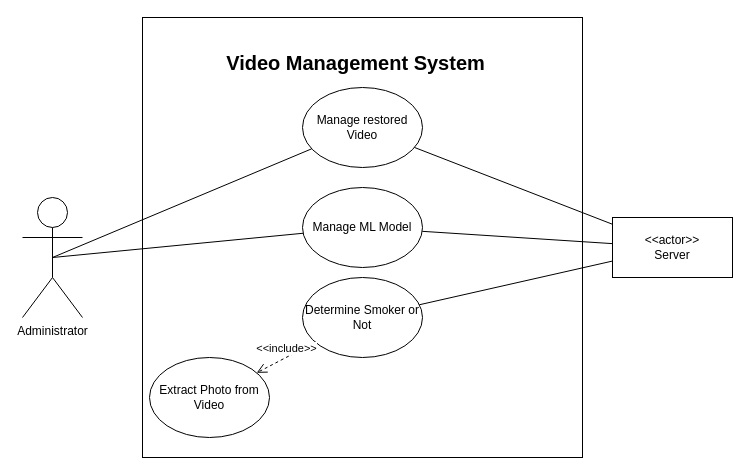
Above: UseCase1.drawio in sogongteam14/doc (draw.io), before the change. Source tidied: cells renumbered, new cells numbered last; positions are measured from the earlier drawing's top-left corner, leaving out a move shared by most shapes. Both pictures are drawn from the tidied source at 100%, with x=0, y=0 at pixel (22, 17).
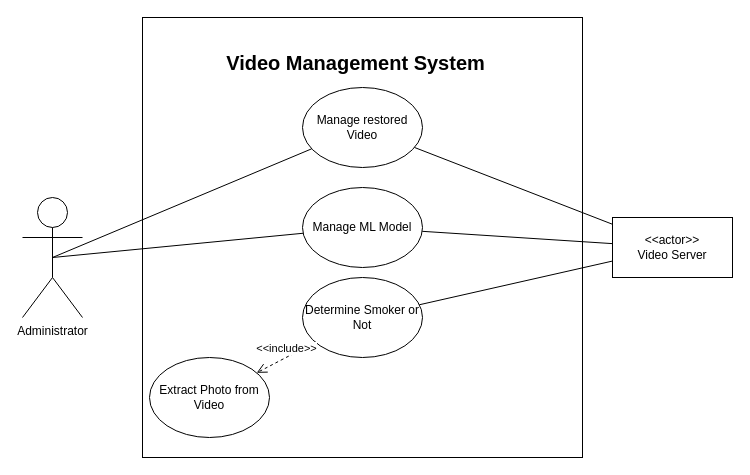
The same diagram, later.

Change to the diagram source:
```diff
@@
 <mxGraphModel>
   <root>
     <mxCell id="0" />
     <mxCell id="1" parent="0" />
     <mxCell id="2" style="rounded=0;whiteSpace=wrap;html=1;" parent="1" vertex="1">
       <mxGeometry x="120" width="440" height="440" as="geometry" />
     </mxCell>
     <mxCell id="3" value="Administrator" style="shape=umlActor;verticalLabelPosition=bottom;labelBackgroundColor=#ffffff;verticalAlign=top;html=1;outlineConnect=0;" parent="1" vertex="1">
       <mxGeometry y="180" width="60" height="120" as="geometry" />
     </mxCell>
     <mxCell id="4" value="&lt;b&gt;&lt;font style=&quot;font-size: 20px&quot;&gt;Video Management System&lt;/font&gt;&lt;/b&gt;" style="text;html=1;strokeColor=none;fillColor=none;align=center;verticalAlign=middle;whiteSpace=wrap;rounded=0;" parent="1" vertex="1">
       <mxGeometry x="127" y="10" width="413" height="70" as="geometry" />
     </mxCell>
-    <mxCell id="5" value="&lt;div&gt;&amp;lt;&amp;lt;actor&amp;gt;&amp;gt;&lt;/div&gt;&lt;div&gt;Server&lt;br&gt;&lt;/div&gt;" style="rounded=0;whiteSpace=wrap;html=1;" parent="1" vertex="1">
+    <mxCell id="5" value="&lt;div&gt;&amp;lt;&amp;lt;actor&amp;gt;&amp;gt;&lt;/div&gt;&lt;div&gt;Video Server&lt;br&gt;&lt;/div&gt;" style="rounded=0;whiteSpace=wrap;html=1;" parent="1" vertex="1">
       <mxGeometry x="590" y="200" width="120" height="60" as="geometry" />
     </mxCell>
     <mxCell id="6" value="Manage restored&lt;br&gt;Video&lt;br&gt;" style="ellipse;whiteSpace=wrap;html=1;" parent="1" vertex="1">
       <mxGeometry x="280" y="70" width="120" height="80" as="geometry" />
     </mxCell>
     <mxCell id="7" style="endArrow=none;html=1;" parent="1" edge="1" source="6" target="5">
       <mxGeometry relative="1" as="geometry" />
     </mxCell>
     <mxCell id="8" value="Extract Photo from Video" style="ellipse;whiteSpace=wrap;html=1;" parent="1" vertex="1">
       <mxGeometry x="127" y="340" width="120" height="80" as="geometry" />
     </mxCell>
     <mxCell id="9" style="endArrow=none;html=1;exitX=0.5;exitY=0.5;exitDx=0;exitDy=0;exitPerimeter=0;" parent="1" edge="1" source="3" target="6">
       <mxGeometry relative="1" as="geometry" />
     </mxCell>
     <mxCell id="10" value="Determine Smoker or Not" style="ellipse;whiteSpace=wrap;html=1;" parent="1" vertex="1">
       <mxGeometry x="280" y="260" width="120" height="80" as="geometry" />
     </mxCell>
     <mxCell id="11" value="&amp;lt;&amp;lt;include&amp;gt;&amp;gt;" style="html=1;verticalAlign=bottom;endArrow=open;dashed=1;endSize=8;" parent="1" edge="1" source="10" target="8">
       <mxGeometry relative="1" as="geometry" />
     </mxCell>
     <mxCell id="12" style="endArrow=none;html=1;" parent="1" edge="1" source="10" target="5">
       <mxGeometry relative="1" as="geometry" />
     </mxCell>
     <mxCell id="13" value="Manage ML Model&lt;br&gt;" style="ellipse;whiteSpace=wrap;html=1;" parent="1" vertex="1">
       <mxGeometry x="280" y="170" width="120" height="80" as="geometry" />
     </mxCell>
     <mxCell id="14" style="endArrow=none;html=1;" parent="1" edge="1" source="13" target="5">
       <mxGeometry relative="1" as="geometry" />
     </mxCell>
     <mxCell id="15" style="endArrow=none;html=1;entryX=0.5;entryY=0.5;entryDx=0;entryDy=0;entryPerimeter=0;" parent="1" edge="1" source="13" target="3">
       <mxGeometry relative="1" as="geometry" />
     </mxCell>
   </root>
 </mxGraphModel>
```
